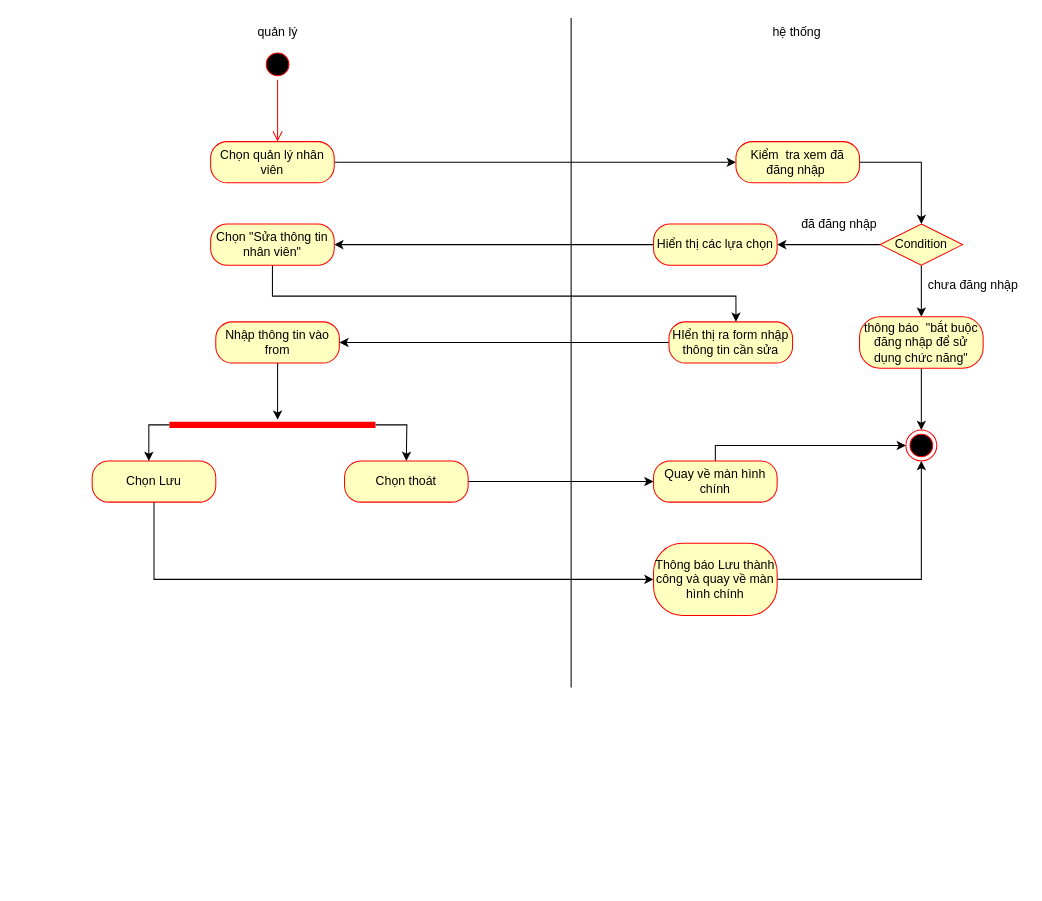
Before: page "sửa nv" (1 of 16) of Untitled Diagram.drawio in sonha1/aaaa, a draw.io diagram. Source tidied: cells renumbered, new cells numbered last; positions are measured from the earlier drawing's top-left corner, leaving out a move shared by most shapes. Both pictures are drawn from the tidied source at 103%, with x=0, y=0 at pixel (92, 18).
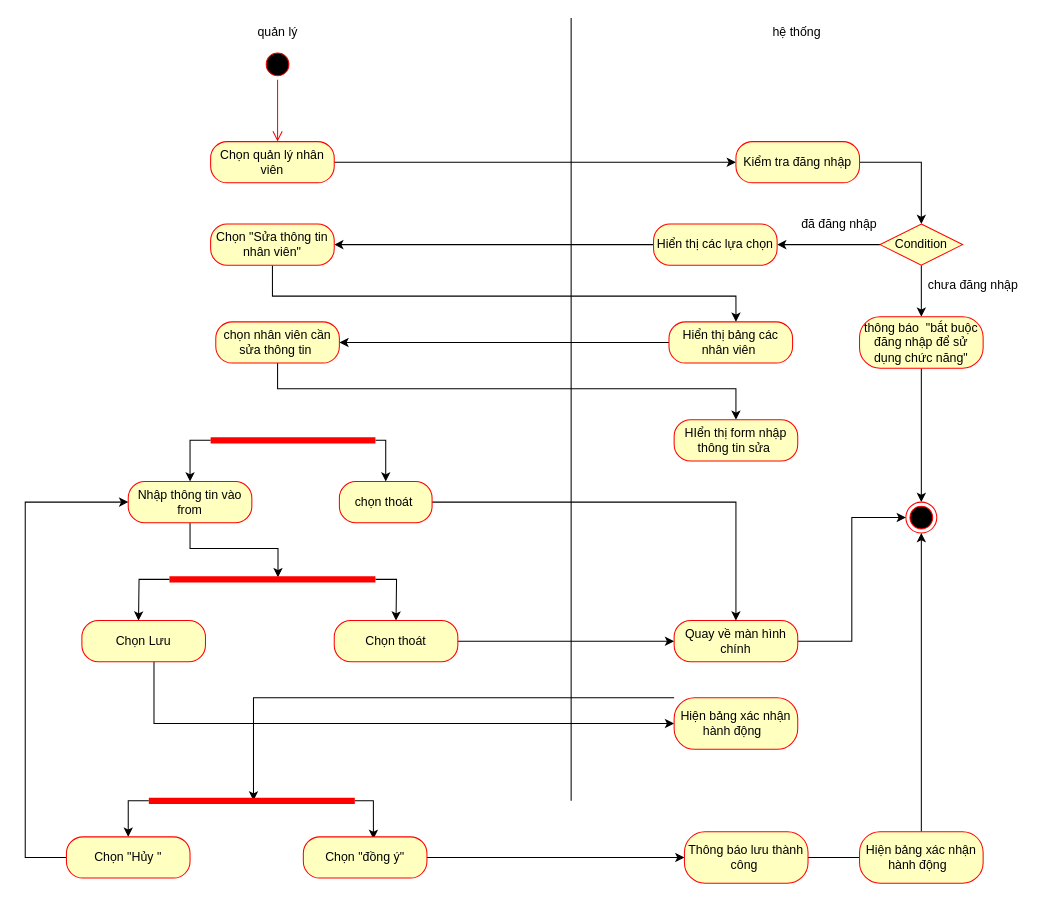
The same diagram, later.

Change to the diagram source:
```diff
@@
     <mxCell id="4" style="endArrow=none;html=1;edgeStyle=orthogonalEdgeStyle;rounded=0;" parent="1" edge="1">
       <mxGeometry relative="1" as="geometry">
-        <mxPoint x="465" y="650" as="sourcePoint" />
+        <mxPoint x="465" y="760" as="sourcePoint" />
         <mxPoint x="465" as="targetPoint" />
         <Array as="points">
           <mxPoint x="465" />
         </Array>
       </mxGeometry>
     </mxCell>
@@
-    <mxCell id="10" value="Kiểm&amp;nbsp; tra xem đã đăng nhập&amp;nbsp;" style="rounded=1;whiteSpace=wrap;html=1;arcSize=40;fontColor=#000000;fillColor=#ffffc0;strokeColor=#ff0000;" parent="1" vertex="1">
+    <mxCell id="10" value="Kiểm tra đăng nhập" style="rounded=1;whiteSpace=wrap;html=1;arcSize=40;fontColor=#000000;fillColor=#ffffc0;strokeColor=#ff0000;" parent="1" vertex="1">
       <mxGeometry x="625" y="120" width="120" height="40" as="geometry" />
     </mxCell>
@@
     <mxCell id="19" style="ellipse;html=1;shape=endState;fillColor=#000000;strokeColor=#ff0000;" parent="1" vertex="1">
-      <mxGeometry x="790" y="400" width="30" height="30" as="geometry" />
+      <mxGeometry x="790" y="470" width="30" height="30" as="geometry" />
     </mxCell>
@@
-    <mxCell id="22" style="edgeStyle=orthogonalEdgeStyle;rounded=0;jettySize=auto;html=1;entryX=1;entryY=0.5;entryDx=0;entryDy=0;" parent="1" edge="1" source="23" target="25">
-      <mxGeometry relative="1" as="geometry" />
-    </mxCell>
+    <mxCell id="38" style="edgeStyle=orthogonalEdgeStyle;rounded=0;jettySize=auto;html=1;entryX=1;entryY=0.5;entryDx=0;entryDy=0;" parent="1" edge="1" source="23" target="53">
+      <mxGeometry relative="1" as="geometry" />
+    </mxCell>
-    <mxCell id="23" value="HIển thị ra form nhập thông tin cần sửa" style="rounded=1;whiteSpace=wrap;html=1;arcSize=40;fontColor=#000000;fillColor=#ffffc0;strokeColor=#ff0000;" parent="1" vertex="1">
+    <mxCell id="23" value="Hiển thị bảng các nhân viên&amp;nbsp;" style="rounded=1;whiteSpace=wrap;html=1;arcSize=40;fontColor=#000000;fillColor=#ffffc0;strokeColor=#ff0000;" parent="1" vertex="1">
       <mxGeometry x="560" y="295" width="120" height="40" as="geometry" />
     </mxCell>
-    <mxCell id="24" style="edgeStyle=orthogonalEdgeStyle;rounded=0;jettySize=auto;html=1;entryX=0.525;entryY=0;entryDx=0;entryDy=0;entryPerimeter=0;" parent="1" edge="1" source="25" target="28">
+    <mxCell id="24" style="edgeStyle=orthogonalEdgeStyle;rounded=0;jettySize=auto;html=1;entryX=0.527;entryY=0.3;entryDx=0;entryDy=0;entryPerimeter=0;" parent="1" edge="1" source="25" target="28">
       <mxGeometry relative="1" as="geometry" />
     </mxCell>
     <mxCell id="25" value="Nhập thông tin vào from" style="rounded=1;whiteSpace=wrap;html=1;arcSize=40;fontColor=#000000;fillColor=#ffffc0;strokeColor=#ff0000;" parent="1" vertex="1">
-      <mxGeometry x="120" y="295" width="120" height="40" as="geometry" />
+      <mxGeometry x="35" y="450" width="120" height="40" as="geometry" />
     </mxCell>
     <mxCell id="26" style="edgeStyle=orthogonalEdgeStyle;rounded=0;jettySize=auto;html=1;" parent="1" edge="1" source="28">
       <mxGeometry relative="1" as="geometry">
-        <mxPoint x="305" y="430" as="targetPoint" />
+        <mxPoint x="295" y="585" as="targetPoint" />
       </mxGeometry>
     </mxCell>
     <mxCell id="27" style="edgeStyle=orthogonalEdgeStyle;rounded=0;jettySize=auto;html=1;" parent="1" edge="1" source="28">
       <mxGeometry relative="1" as="geometry">
-        <mxPoint x="55" y="430" as="targetPoint" />
+        <mxPoint x="45" y="585" as="targetPoint" />
       </mxGeometry>
     </mxCell>
     <mxCell id="28" style="shape=line;html=1;strokeWidth=6;strokeColor=#ff0000;" parent="1" vertex="1">
-      <mxGeometry x="75" y="390" width="200" height="10" as="geometry" />
+      <mxGeometry x="75" y="540" width="200" height="10" as="geometry" />
     </mxCell>
-    <mxCell id="29" style="edgeStyle=orthogonalEdgeStyle;rounded=0;jettySize=auto;html=1;" parent="1" edge="1" source="30">
-      <mxGeometry relative="1" as="geometry">
-        <mxPoint x="545" y="450" as="targetPoint" />
-      </mxGeometry>
-    </mxCell>
+    <mxCell id="39" style="edgeStyle=orthogonalEdgeStyle;rounded=0;jettySize=auto;html=1;entryX=0;entryY=0.5;entryDx=0;entryDy=0;" parent="1" edge="1" source="30" target="32">
+      <mxGeometry relative="1" as="geometry" />
+    </mxCell>
     <mxCell id="30" value="Chọn thoát" style="rounded=1;whiteSpace=wrap;html=1;arcSize=40;fontColor=#000000;fillColor=#ffffc0;strokeColor=#ff0000;" parent="1" vertex="1">
-      <mxGeometry x="245" y="430" width="120" height="40" as="geometry" />
+      <mxGeometry x="235" y="585" width="120" height="40" as="geometry" />
     </mxCell>
     <mxCell id="31" style="edgeStyle=orthogonalEdgeStyle;rounded=0;jettySize=auto;html=1;entryX=0;entryY=0.5;entryDx=0;entryDy=0;" parent="1" edge="1" source="32" target="19">
-      <mxGeometry relative="1" as="geometry">
-        <Array as="points">
-          <mxPoint x="605" y="415" />
-        </Array>
-      </mxGeometry>
+      <mxGeometry relative="1" as="geometry" />
     </mxCell>
     <mxCell id="32" value="Quay về màn hình chính" style="rounded=1;whiteSpace=wrap;html=1;arcSize=40;fontColor=#000000;fillColor=#ffffc0;strokeColor=#ff0000;" parent="1" vertex="1">
-      <mxGeometry x="545" y="430" width="120" height="40" as="geometry" />
+      <mxGeometry x="565" y="585" width="120" height="40" as="geometry" />
     </mxCell>
     <mxCell id="33" style="edgeStyle=orthogonalEdgeStyle;rounded=0;jettySize=auto;html=1;entryX=0;entryY=0.5;entryDx=0;entryDy=0;" parent="1" edge="1" source="34" target="36">
       <mxGeometry relative="1" as="geometry">
         <Array as="points">
-          <mxPoint x="60" y="545" />
+          <mxPoint x="60" y="615" />
         </Array>
       </mxGeometry>
     </mxCell>
     <mxCell id="34" value="Chọn Lưu" style="rounded=1;whiteSpace=wrap;html=1;arcSize=40;fontColor=#000000;fillColor=#ffffc0;strokeColor=#ff0000;" parent="1" vertex="1">
-      <mxGeometry y="430" width="120" height="40" as="geometry" />
+      <mxGeometry x="-10" y="585" width="120" height="40" as="geometry" />
     </mxCell>
-    <mxCell id="35" style="edgeStyle=orthogonalEdgeStyle;rounded=0;jettySize=auto;html=1;entryX=0.5;entryY=1;entryDx=0;entryDy=0;" parent="1" edge="1" source="36" target="19">
-      <mxGeometry relative="1" as="geometry" />
-    </mxCell>
+    <mxCell id="40" style="edgeStyle=orthogonalEdgeStyle;rounded=0;jettySize=auto;html=1;entryX=0.508;entryY=0.482;entryDx=0;entryDy=0;entryPerimeter=0;" parent="1" edge="1" source="36" target="43">
+      <mxGeometry relative="1" as="geometry">
+        <Array as="points">
+          <mxPoint x="625" y="660" />
+          <mxPoint x="167" y="660" />
+        </Array>
+      </mxGeometry>
+    </mxCell>
-    <mxCell id="36" value="Thông báo Lưu thành công và quay về màn hình chính" style="rounded=1;whiteSpace=wrap;html=1;arcSize=40;fontColor=#000000;fillColor=#ffffc0;strokeColor=#ff0000;" parent="1" vertex="1">
-      <mxGeometry x="545" y="510" width="120" height="70" as="geometry" />
+    <mxCell id="36" value="Hiện bảng xác nhận hành động&amp;nbsp;&amp;nbsp;" style="rounded=1;whiteSpace=wrap;html=1;arcSize=40;fontColor=#000000;fillColor=#ffffc0;strokeColor=#ff0000;" parent="1" vertex="1">
+      <mxGeometry x="565" y="660" width="120" height="50" as="geometry" />
     </mxCell>
@@
+    <mxCell id="41" style="edgeStyle=orthogonalEdgeStyle;rounded=0;jettySize=auto;html=1;entryX=0.5;entryY=0;entryDx=0;entryDy=0;" parent="1" edge="1" source="43" target="45">
+      <mxGeometry relative="1" as="geometry">
+        <Array as="points">
+          <mxPoint x="35" y="760" />
+        </Array>
+      </mxGeometry>
+    </mxCell>
+    <mxCell id="42" style="edgeStyle=orthogonalEdgeStyle;rounded=0;jettySize=auto;html=1;entryX=0.567;entryY=0.05;entryDx=0;entryDy=0;entryPerimeter=0;" parent="1" edge="1" source="43" target="47">
+      <mxGeometry relative="1" as="geometry">
+        <Array as="points">
+          <mxPoint x="273" y="760" />
+        </Array>
+      </mxGeometry>
+    </mxCell>
+    <mxCell id="43" style="shape=line;html=1;strokeWidth=6;strokeColor=#ff0000;" parent="1" vertex="1">
+      <mxGeometry x="55" y="755" width="200" height="10" as="geometry" />
+    </mxCell>
+    <mxCell id="44" style="edgeStyle=orthogonalEdgeStyle;rounded=0;jettySize=auto;html=1;entryX=0;entryY=0.5;entryDx=0;entryDy=0;" parent="1" edge="1" source="45" target="25">
+      <mxGeometry relative="1" as="geometry">
+        <Array as="points">
+          <mxPoint x="-65" y="815" />
+          <mxPoint x="-65" y="470" />
+        </Array>
+      </mxGeometry>
+    </mxCell>
+    <mxCell id="45" value="Chọn &quot;Hủy &quot;" style="rounded=1;whiteSpace=wrap;html=1;arcSize=40;fontColor=#000000;fillColor=#ffffc0;strokeColor=#ff0000;" parent="1" vertex="1">
+      <mxGeometry x="-25" y="795" width="120" height="40" as="geometry" />
+    </mxCell>
+    <mxCell id="46" style="edgeStyle=orthogonalEdgeStyle;rounded=0;jettySize=auto;html=1;entryX=0;entryY=0.5;entryDx=0;entryDy=0;" parent="1" edge="1" source="47" target="49">
+      <mxGeometry relative="1" as="geometry" />
+    </mxCell>
+    <mxCell id="47" value="Chọn &quot;đồng ý&quot;" style="rounded=1;whiteSpace=wrap;html=1;arcSize=40;fontColor=#000000;fillColor=#ffffc0;strokeColor=#ff0000;" parent="1" vertex="1">
+      <mxGeometry x="205" y="795" width="120" height="40" as="geometry" />
+    </mxCell>
+    <mxCell id="48" style="edgeStyle=orthogonalEdgeStyle;rounded=0;jettySize=auto;html=1;" parent="1" edge="1" source="49">
+      <mxGeometry relative="1" as="geometry">
+        <mxPoint x="755" y="815" as="targetPoint" />
+      </mxGeometry>
+    </mxCell>
+    <mxCell id="49" value="Thông báo lưu thành công&amp;nbsp;" style="rounded=1;whiteSpace=wrap;html=1;arcSize=40;fontColor=#000000;fillColor=#ffffc0;strokeColor=#ff0000;" parent="1" vertex="1">
+      <mxGeometry x="575" y="790" width="120" height="50" as="geometry" />
+    </mxCell>
+    <mxCell id="50" style="edgeStyle=orthogonalEdgeStyle;rounded=0;jettySize=auto;html=1;entryX=0.5;entryY=1;entryDx=0;entryDy=0;" parent="1" edge="1" source="51" target="19">
+      <mxGeometry relative="1" as="geometry" />
+    </mxCell>
+    <mxCell id="51" value="Hiện bảng xác nhận hành động&amp;nbsp;&amp;nbsp;" style="rounded=1;whiteSpace=wrap;html=1;arcSize=40;fontColor=#000000;fillColor=#ffffc0;strokeColor=#ff0000;" parent="1" vertex="1">
+      <mxGeometry x="745" y="790" width="120" height="50" as="geometry" />
+    </mxCell>
+    <mxCell id="52" style="edgeStyle=orthogonalEdgeStyle;rounded=0;jettySize=auto;html=1;" parent="1" edge="1" source="53" target="54">
+      <mxGeometry relative="1" as="geometry">
+        <Array as="points">
+          <mxPoint x="180" y="360" />
+          <mxPoint x="625" y="360" />
+        </Array>
+      </mxGeometry>
+    </mxCell>
+    <mxCell id="53" value="chọn nhân viên cần sửa thông tin&amp;nbsp;" style="rounded=1;whiteSpace=wrap;html=1;arcSize=40;fontColor=#000000;fillColor=#ffffc0;strokeColor=#ff0000;" parent="1" vertex="1">
+      <mxGeometry x="120" y="295" width="120" height="40" as="geometry" />
+    </mxCell>
+    <mxCell id="54" value="HIển thị form nhập thông tin sửa&amp;nbsp;" style="rounded=1;whiteSpace=wrap;html=1;arcSize=40;fontColor=#000000;fillColor=#ffffc0;strokeColor=#ff0000;" parent="1" vertex="1">
+      <mxGeometry x="565" y="390" width="120" height="40" as="geometry" />
+    </mxCell>
+    <mxCell id="55" style="edgeStyle=orthogonalEdgeStyle;rounded=0;jettySize=auto;html=1;" parent="1" edge="1" source="56" target="32">
+      <mxGeometry relative="1" as="geometry" />
+    </mxCell>
+    <mxCell id="56" value="chọn thoát&amp;nbsp;" style="rounded=1;whiteSpace=wrap;html=1;arcSize=40;fontColor=#000000;fillColor=#ffffc0;strokeColor=#ff0000;" parent="1" vertex="1">
+      <mxGeometry x="240" y="450" width="90" height="40" as="geometry" />
+    </mxCell>
+    <mxCell id="57" style="edgeStyle=orthogonalEdgeStyle;rounded=0;jettySize=auto;html=1;" parent="1" edge="1" source="59" target="56">
+      <mxGeometry relative="1" as="geometry">
+        <Array as="points">
+          <mxPoint x="285" y="410" />
+        </Array>
+      </mxGeometry>
+    </mxCell>
+    <mxCell id="58" style="edgeStyle=orthogonalEdgeStyle;rounded=0;jettySize=auto;html=1;entryX=0.5;entryY=0;entryDx=0;entryDy=0;" parent="1" edge="1" source="59" target="25">
+      <mxGeometry relative="1" as="geometry">
+        <Array as="points">
+          <mxPoint x="95" y="410" />
+        </Array>
+      </mxGeometry>
+    </mxCell>
+    <mxCell id="59" style="shape=line;html=1;strokeWidth=6;strokeColor=#ff0000;" parent="1" vertex="1">
+      <mxGeometry x="115" y="405" width="160" height="10" as="geometry" />
+    </mxCell>
```
